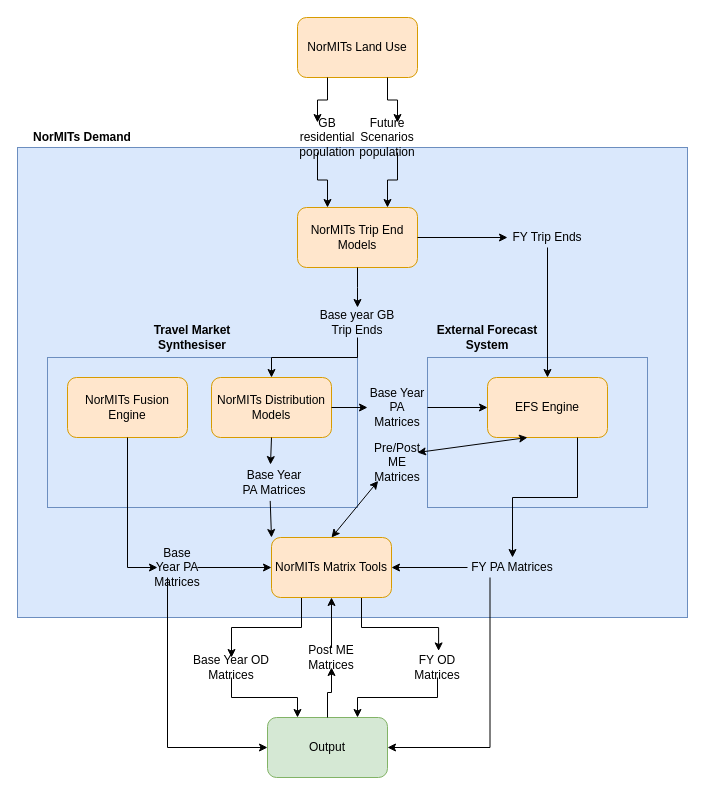
Before: op_models/demand_op_model.drawio in Transport-for-the-North/NorMITs-Demand, a draw.io diagram. Source tidied: cells renumbered, new cells numbered last; positions are measured from the earlier drawing's top-left corner, leaving out a move shared by most shapes. Both pictures are drawn from the tidied source at 100%, with x=0, y=0 at pixel (17, 17).
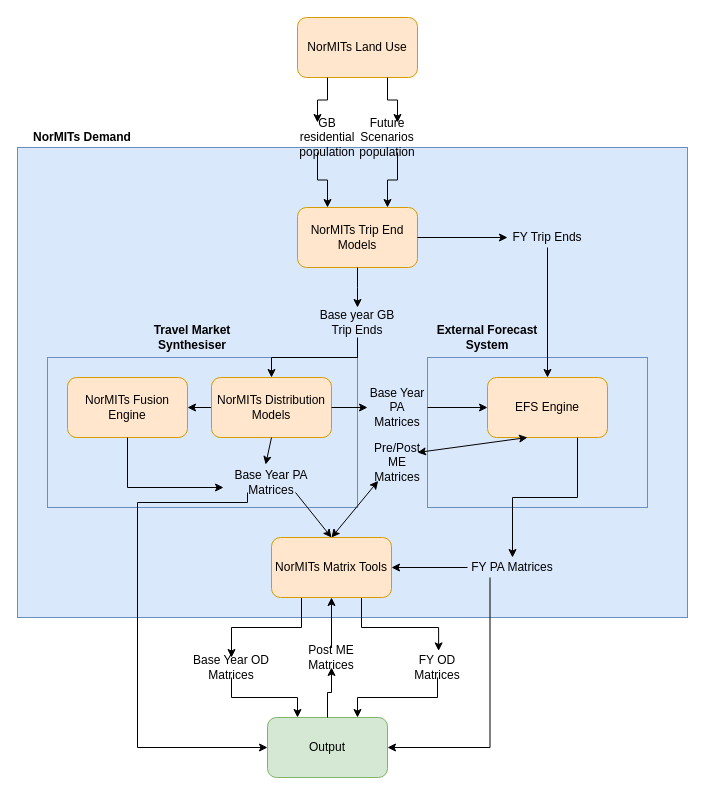
The same diagram, later.

The change refers to these unchanged cells:
```xml
<mxCell id="14" value="NorMITs Distribution Models" style="rounded=1;whiteSpace=wrap;html=1;fillColor=#ffe6cc;strokeColor=#d79b00;" parent="1" vertex="1">
  <mxGeometry x="194" y="360" width="120" height="60" as="geometry" />
</mxCell>
<mxCell id="17" value="NorMITs Matrix Tools" style="rounded=1;whiteSpace=wrap;html=1;fillColor=#ffe6cc;strokeColor=#d79b00;" parent="1" vertex="1">
  <mxGeometry x="254" y="520" width="120" height="60" as="geometry" />
</mxCell>
<mxCell id="19" value="NorMITs Fusion Engine" style="rounded=1;whiteSpace=wrap;html=1;fillColor=#ffe6cc;strokeColor=#d79b00;" parent="1" vertex="1">
  <mxGeometry x="50" y="360" width="120" height="60" as="geometry" />
</mxCell>
<mxCell id="36" value="Output" style="rounded=1;whiteSpace=wrap;html=1;fillColor=#d5e8d4;strokeColor=#82b366;" parent="1" vertex="1">
  <mxGeometry x="250" y="700" width="120" height="60" as="geometry" />
</mxCell>
```

Change to the diagram source:
```diff
@@
+    <mxCell id="54" style="edgeStyle=orthogonalEdgeStyle;rounded=0;jettySize=auto;html=1;exitX=0;exitY=0.5;exitDx=0;exitDy=0;entryX=1;entryY=0.5;entryDx=0;entryDy=0;" parent="1" edge="1" source="14" target="19">
+      <mxGeometry relative="1" as="geometry" />
+    </mxCell>
@@
-    <mxCell id="18" style="edgeStyle=orthogonalEdgeStyle;rounded=0;jettySize=auto;html=1;exitX=1;exitY=0.5;exitDx=0;exitDy=0;entryX=0;entryY=0.5;entryDx=0;entryDy=0;" parent="1" edge="1" source="30" target="17">
-      <mxGeometry relative="1" as="geometry" />
-    </mxCell>
@@
-    <mxCell id="20" style="endArrow=classic;html=1;exitX=0.435;exitY=1.421;exitDx=0;exitDy=0;entryX=0;entryY=0;entryDx=0;entryDy=0;exitPerimeter=0;" parent="1" edge="1" source="27" target="17">
+    <mxCell id="20" style="endArrow=classic;html=1;exitX=0.75;exitY=1;exitDx=0;exitDy=0;entryX=0.5;entryY=0;entryDx=0;entryDy=0;" parent="1" edge="1" source="27" target="17">
       <mxGeometry relative="1" as="geometry" />
     </mxCell>
@@
+    <mxCell id="55" style="edgeStyle=orthogonalEdgeStyle;rounded=0;jettySize=auto;html=1;exitX=0.25;exitY=1;exitDx=0;exitDy=0;entryX=0;entryY=0.5;entryDx=0;entryDy=0;" parent="1" edge="1" source="27" target="36">
+      <mxGeometry relative="1" as="geometry">
+        <Array as="points">
+          <mxPoint x="120" y="485" />
+          <mxPoint x="120" y="730" />
+        </Array>
+      </mxGeometry>
+    </mxCell>
     <mxCell id="27" value="Base Year PA Matrices" style="text;html=1;strokeColor=none;fillColor=none;align=center;verticalAlign=middle;whiteSpace=wrap;rounded=0;" parent="1" vertex="1">
-      <mxGeometry x="224" y="455" width="66" height="20" as="geometry" />
+      <mxGeometry x="206" y="455" width="96" height="20" as="geometry" />
     </mxCell>
@@
-    <mxCell id="29" style="edgeStyle=orthogonalEdgeStyle;rounded=0;jettySize=auto;html=1;exitX=0.25;exitY=1;exitDx=0;exitDy=0;entryX=0;entryY=0.5;entryDx=0;entryDy=0;" parent="1" edge="1" source="30" target="36">
-      <mxGeometry relative="1" as="geometry" />
-    </mxCell>
-    <mxCell id="30" value="Base Year PA Matrices" style="text;html=1;strokeColor=none;fillColor=none;align=center;verticalAlign=middle;whiteSpace=wrap;rounded=0;" parent="1" vertex="1">
-      <mxGeometry x="140" y="540" width="40" height="20" as="geometry" />
-    </mxCell>
-    <mxCell id="31" style="edgeStyle=orthogonalEdgeStyle;rounded=0;jettySize=auto;html=1;exitX=0.5;exitY=1;exitDx=0;exitDy=0;entryX=0;entryY=0.5;entryDx=0;entryDy=0;" parent="1" edge="1" source="19" target="30">
+    <mxCell id="31" style="edgeStyle=orthogonalEdgeStyle;rounded=0;jettySize=auto;html=1;exitX=0.5;exitY=1;exitDx=0;exitDy=0;entryX=0;entryY=0.75;entryDx=0;entryDy=0;" parent="1" edge="1" source="19" target="27">
       <mxGeometry relative="1" as="geometry" />
     </mxCell>
```
